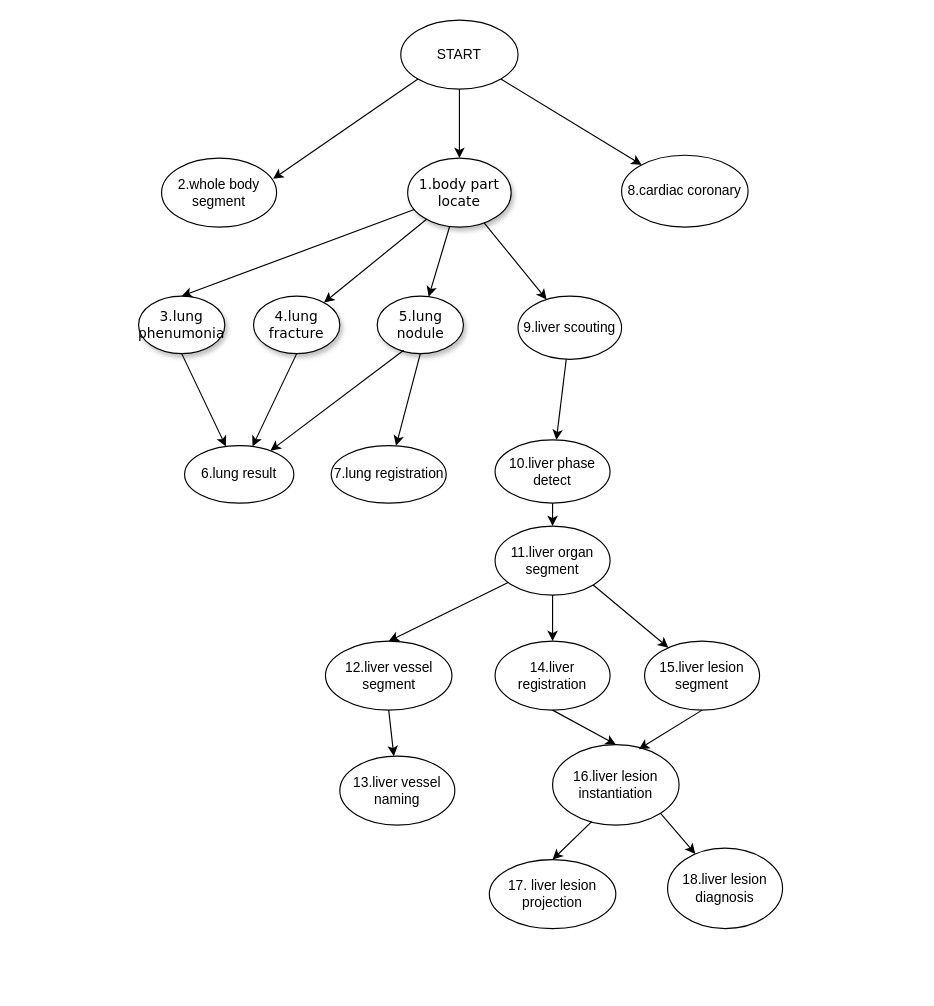
Earlier version of the draw.io diagram Untitled Diagram.drawio (gmlmaomao/mystorage). Source tidied: cells renumbered, new cells numbered last; positions are measured from the earlier drawing's top-left corner, leaving out a move shared by most shapes. Both pictures are drawn from the tidied source at 115%, with x=0, y=0 at pixel (138, 20).
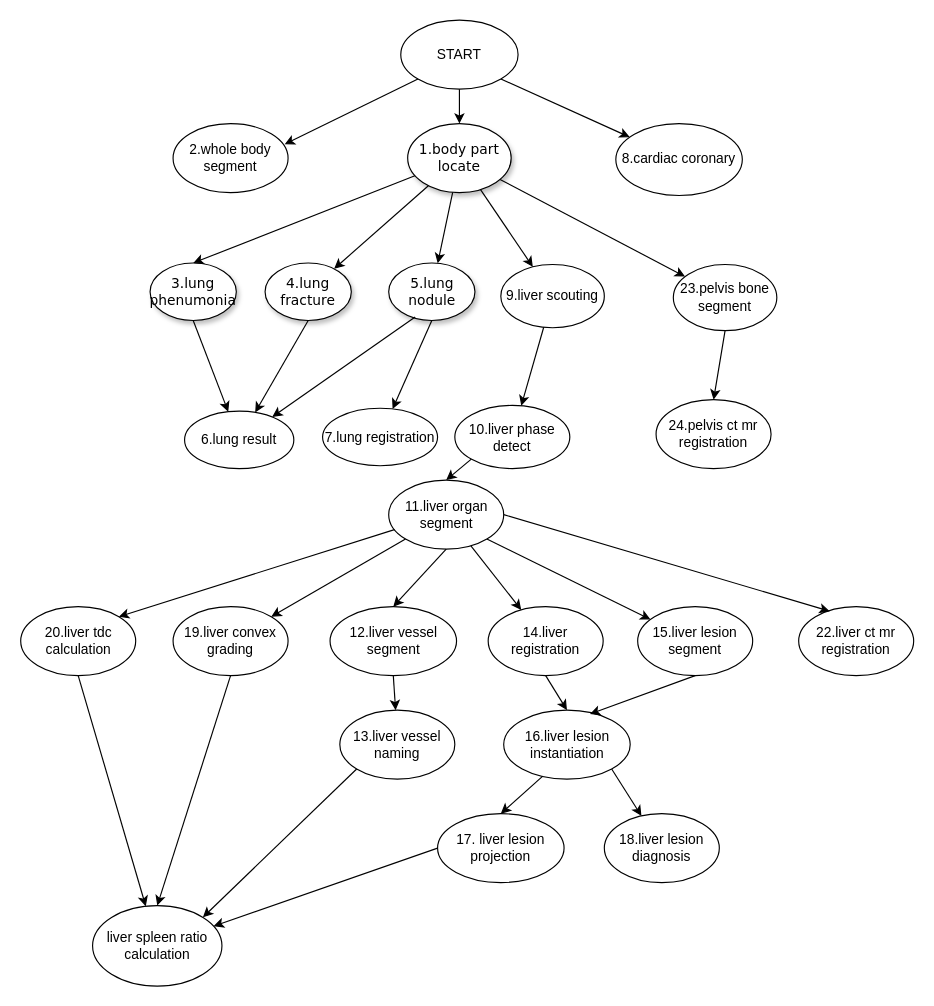
After the change.

Change to the diagram source:
```diff
@@
     <mxCell id="2" value="1.body part locate" style="ellipse;whiteSpace=wrap;html=1;rounded=0;shadow=1;comic=0;labelBackgroundColor=none;strokeWidth=1;fontFamily=Verdana;fontSize=12;align=center;" parent="1" vertex="1">
-      <mxGeometry x="234" y="120" width="90" height="60" as="geometry" />
+      <mxGeometry x="234" y="90" width="90" height="60" as="geometry" />
     </mxCell>
     <mxCell id="3" value="&lt;span&gt;4.lung fracture&lt;/span&gt;" style="ellipse;whiteSpace=wrap;html=1;rounded=0;shadow=1;comic=0;labelBackgroundColor=none;strokeWidth=1;fontFamily=Verdana;fontSize=12;align=center;" parent="1" vertex="1">
-      <mxGeometry x="100" y="240" width="75" height="50" as="geometry" />
+      <mxGeometry x="110" y="211.2" width="75" height="50" as="geometry" />
     </mxCell>
     <mxCell id="4" value="&lt;span&gt;5.lung nodule&lt;/span&gt;" style="ellipse;whiteSpace=wrap;html=1;rounded=0;shadow=1;comic=0;labelBackgroundColor=none;strokeWidth=1;fontFamily=Verdana;fontSize=12;align=center;" parent="1" vertex="1">
-      <mxGeometry x="207.5" y="240" width="75" height="50" as="geometry" />
+      <mxGeometry x="217.5" y="211.2" width="75" height="50" as="geometry" />
     </mxCell>
     <mxCell id="5" value="3.lung phenumonia" style="ellipse;whiteSpace=wrap;html=1;rounded=0;shadow=1;comic=0;labelBackgroundColor=none;strokeWidth=1;fontFamily=Verdana;fontSize=12;align=center;" parent="1" vertex="1">
-      <mxGeometry y="240" width="75" height="50" as="geometry" />
+      <mxGeometry x="10" y="211.2" width="75" height="50" as="geometry" />
     </mxCell>
     <mxCell id="6" value="2.whole body segment" style="ellipse;whiteSpace=wrap;html=1;" parent="1" vertex="1">
-      <mxGeometry x="20" y="120" width="100" height="60" as="geometry" />
+      <mxGeometry x="30" y="90" width="100" height="60" as="geometry" />
     </mxCell>
@@
     <mxCell id="8" value="6.lung result" style="ellipse;whiteSpace=wrap;html=1;" parent="1" vertex="1">
-      <mxGeometry x="40" y="370" width="95" height="50" as="geometry" />
+      <mxGeometry x="40" y="340" width="95" height="50" as="geometry" />
     </mxCell>
@@
     <mxCell id="14" value="7.lung registration" style="ellipse;whiteSpace=wrap;html=1;" parent="1" vertex="1">
-      <mxGeometry x="167.5" y="370" width="100" height="50" as="geometry" />
+      <mxGeometry x="160" y="337.5" width="100" height="50" as="geometry" />
     </mxCell>
     <mxCell id="15" value="8.cardiac coronary" style="ellipse;whiteSpace=wrap;html=1;" parent="1" vertex="1">
-      <mxGeometry x="420" y="117.5" width="110" height="62.5" as="geometry" />
+      <mxGeometry x="415" y="90" width="110" height="62.5" as="geometry" />
     </mxCell>
@@
     <mxCell id="19" value="9.liver scouting" style="ellipse;whiteSpace=wrap;html=1;" parent="1" vertex="1">
-      <mxGeometry x="330" y="240" width="90" height="55" as="geometry" />
+      <mxGeometry x="315" y="212.5" width="90" height="55" as="geometry" />
     </mxCell>
@@
     <mxCell id="23" value="10.liver phase detect" style="ellipse;whiteSpace=wrap;html=1;" parent="1" vertex="1">
-      <mxGeometry x="310" y="365" width="100" height="55" as="geometry" />
+      <mxGeometry x="275" y="335" width="100" height="55" as="geometry" />
     </mxCell>
@@
     <mxCell id="25" value="11.liver organ segment" style="ellipse;whiteSpace=wrap;html=1;" parent="1" vertex="1">
-      <mxGeometry x="310" y="440" width="100" height="60" as="geometry" />
+      <mxGeometry x="217.5" y="400" width="100" height="60" as="geometry" />
     </mxCell>
-    <mxCell id="26" style="endArrow=classic;html=1;entryX=0.5;entryY=0;entryDx=0;entryDy=0;exitX=0.5;exitY=1;exitDx=0;exitDy=0;" parent="1" edge="1" source="23" target="25">
+    <mxCell id="26" style="endArrow=classic;html=1;entryX=0.5;entryY=0;entryDx=0;entryDy=0;exitX=0;exitY=1;exitDx=0;exitDy=0;" parent="1" edge="1" source="23" target="25">
       <mxGeometry relative="1" as="geometry" />
     </mxCell>
     <mxCell id="27" value="12.liver vessel segment" style="ellipse;whiteSpace=wrap;html=1;" parent="1" vertex="1">
-      <mxGeometry x="162.5" y="540" width="110" height="60" as="geometry" />
+      <mxGeometry x="166.5" y="510" width="110" height="60" as="geometry" />
     </mxCell>
-    <mxCell id="28" style="endArrow=classic;html=1;entryX=0.5;entryY=0;entryDx=0;entryDy=0;" parent="1" edge="1" source="25" target="27">
+    <mxCell id="28" style="endArrow=classic;html=1;entryX=0.5;entryY=0;entryDx=0;entryDy=0;exitX=0.5;exitY=1;exitDx=0;exitDy=0;" parent="1" edge="1" source="25" target="27">
       <mxGeometry relative="1" as="geometry" />
     </mxCell>
     <mxCell id="29" value="13.liver vessel naming" style="ellipse;whiteSpace=wrap;html=1;" parent="1" vertex="1">
-      <mxGeometry x="175" y="640" width="100" height="60" as="geometry" />
+      <mxGeometry x="175" y="600" width="100" height="60" as="geometry" />
     </mxCell>
@@
     <mxCell id="31" value="14.liver registration" style="ellipse;whiteSpace=wrap;html=1;" parent="1" vertex="1">
-      <mxGeometry x="310" y="540" width="100" height="60" as="geometry" />
+      <mxGeometry x="304" y="510" width="100" height="60" as="geometry" />
     </mxCell>
@@
     <mxCell id="33" value="15.liver lesion segment" style="ellipse;whiteSpace=wrap;html=1;" parent="1" vertex="1">
-      <mxGeometry x="440" y="540" width="100" height="60" as="geometry" />
+      <mxGeometry x="434" y="510" width="100" height="60" as="geometry" />
     </mxCell>
@@
     <mxCell id="35" value="16.liver lesion instantiation" style="ellipse;whiteSpace=wrap;html=1;" parent="1" vertex="1">
-      <mxGeometry x="360" y="630" width="110" height="70" as="geometry" />
+      <mxGeometry x="317.5" y="600" width="110" height="60" as="geometry" />
     </mxCell>
@@
     <mxCell id="38" value="17. liver lesion projection" style="ellipse;whiteSpace=wrap;html=1;" parent="1" vertex="1">
-      <mxGeometry x="305" y="730" width="110" height="60" as="geometry" />
+      <mxGeometry x="260" y="690" width="110" height="60" as="geometry" />
     </mxCell>
@@
     <mxCell id="40" value="18.liver lesion diagnosis" style="ellipse;whiteSpace=wrap;html=1;" parent="1" vertex="1">
-      <mxGeometry x="460" y="720" width="100" height="70" as="geometry" />
+      <mxGeometry x="405" y="690" width="100" height="60" as="geometry" />
     </mxCell>
@@
+    <mxCell id="42" value="19.liver convex grading" style="ellipse;whiteSpace=wrap;html=1;" parent="1" vertex="1">
+      <mxGeometry x="30" y="510" width="100" height="60" as="geometry" />
+    </mxCell>
+    <mxCell id="43" value="20.liver tdc calculation" style="ellipse;whiteSpace=wrap;html=1;" parent="1" vertex="1">
+      <mxGeometry x="-102.5" y="510" width="100" height="60" as="geometry" />
+    </mxCell>
+    <mxCell id="44" value="22.liver ct mr registration" style="ellipse;whiteSpace=wrap;html=1;" parent="1" vertex="1">
+      <mxGeometry x="574" y="510" width="100" height="60" as="geometry" />
+    </mxCell>
+    <mxCell id="45" value="23.pelvis bone segment" style="ellipse;whiteSpace=wrap;html=1;" parent="1" vertex="1">
+      <mxGeometry x="465" y="212.5" width="90" height="57.5" as="geometry" />
+    </mxCell>
+    <mxCell id="46" style="endArrow=classic;html=1;" parent="1" edge="1" source="2" target="45">
+      <mxGeometry relative="1" as="geometry" />
+    </mxCell>
+    <mxCell id="47" value="24.pelvis ct mr registration" style="ellipse;whiteSpace=wrap;html=1;" parent="1" vertex="1">
+      <mxGeometry x="450" y="330" width="100" height="60" as="geometry" />
+    </mxCell>
+    <mxCell id="48" style="endArrow=classic;html=1;exitX=0.5;exitY=1;exitDx=0;exitDy=0;entryX=0.5;entryY=0;entryDx=0;entryDy=0;" parent="1" edge="1" source="45" target="47">
+      <mxGeometry relative="1" as="geometry" />
+    </mxCell>
+    <mxCell id="49" style="endArrow=classic;html=1;entryX=1;entryY=0;entryDx=0;entryDy=0;exitX=0;exitY=1;exitDx=0;exitDy=0;" parent="1" edge="1" source="25" target="42">
+      <mxGeometry relative="1" as="geometry" />
+    </mxCell>
+    <mxCell id="50" style="endArrow=classic;html=1;entryX=1;entryY=0;entryDx=0;entryDy=0;exitX=0.05;exitY=0.717;exitDx=0;exitDy=0;exitPerimeter=0;" parent="1" edge="1" source="25" target="43">
+      <mxGeometry relative="1" as="geometry" />
+    </mxCell>
+    <mxCell id="51" style="endArrow=classic;html=1;exitX=1;exitY=0.5;exitDx=0;exitDy=0;entryX=0.27;entryY=0.067;entryDx=0;entryDy=0;entryPerimeter=0;" parent="1" edge="1" source="25" target="44">
+      <mxGeometry relative="1" as="geometry" />
+    </mxCell>
+    <mxCell id="52" value="liver spleen ratio calculation" style="ellipse;whiteSpace=wrap;html=1;" parent="1" vertex="1">
+      <mxGeometry x="-40" y="770" width="112.5" height="70" as="geometry" />
+    </mxCell>
+    <mxCell id="53" style="endArrow=classic;html=1;exitX=0.5;exitY=1;exitDx=0;exitDy=0;" parent="1" edge="1" source="43" target="52">
+      <mxGeometry relative="1" as="geometry" />
+    </mxCell>
+    <mxCell id="54" style="endArrow=classic;html=1;exitX=0.5;exitY=1;exitDx=0;exitDy=0;entryX=0.5;entryY=0;entryDx=0;entryDy=0;" parent="1" edge="1" source="42" target="52">
+      <mxGeometry relative="1" as="geometry" />
+    </mxCell>
+    <mxCell id="55" style="endArrow=classic;html=1;exitX=0;exitY=1;exitDx=0;exitDy=0;entryX=1;entryY=0;entryDx=0;entryDy=0;" parent="1" edge="1" source="29" target="52">
+      <mxGeometry relative="1" as="geometry" />
+    </mxCell>
+    <mxCell id="56" style="endArrow=classic;html=1;exitX=0;exitY=0.5;exitDx=0;exitDy=0;" parent="1" edge="1" source="38" target="52">
+      <mxGeometry relative="1" as="geometry" />
+    </mxCell>
```
